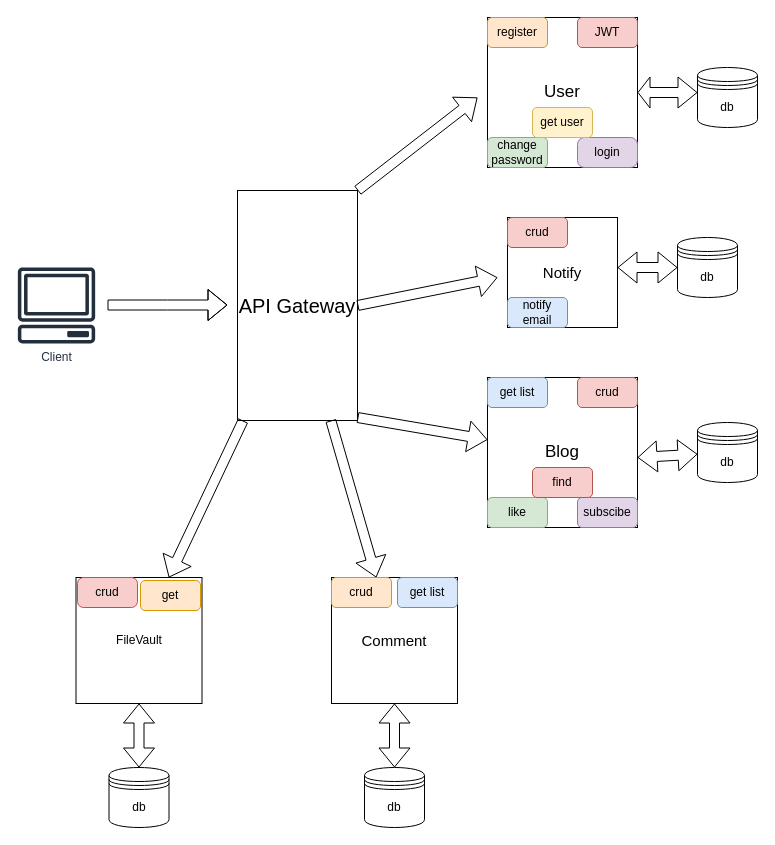
Earlier version of the draw.io diagram readme.drawio (htmlacademy-nestjs/2298777-readme-5). Source tidied: cells renumbered, new cells numbered last; positions are measured from the earlier drawing's top-left corner, leaving out a move shared by most shapes. Both pictures are drawn from the tidied source at 100%, with x=0, y=0 at pixel (17, 17).
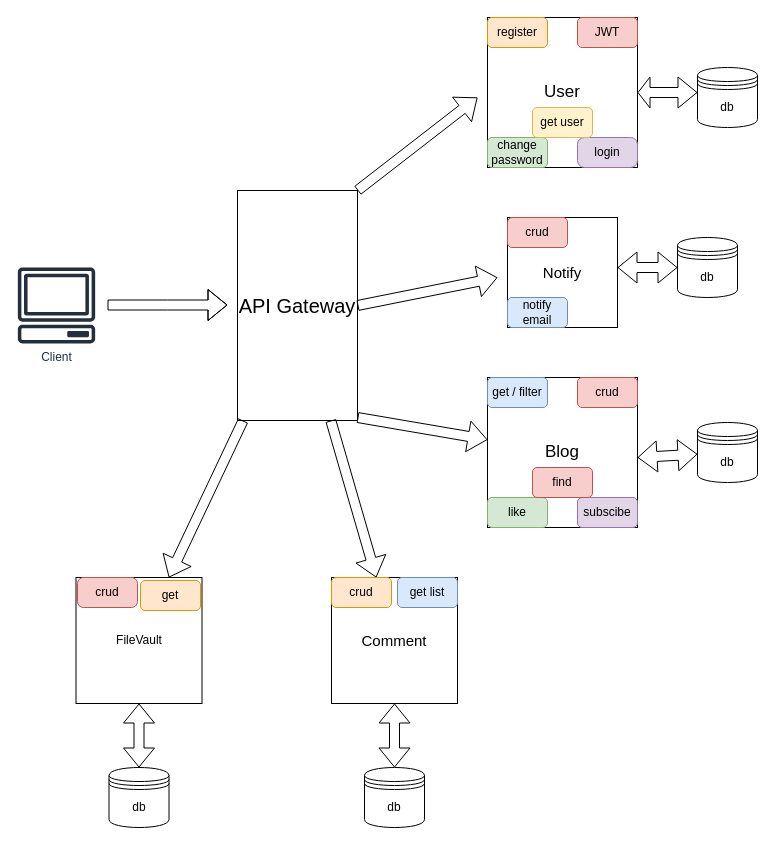
After the change.

What changed in the source:
```diff
@@
-    <mxCell id="20" value="get list" style="rounded=1;whiteSpace=wrap;html=1;fillColor=#dae8fc;strokeColor=#6c8ebf;" parent="1" vertex="1">
+    <mxCell id="20" value="get / filter" style="rounded=1;whiteSpace=wrap;html=1;fillColor=#dae8fc;strokeColor=#6c8ebf;" parent="1" vertex="1">
       <mxGeometry x="470" y="360" width="60" height="30" as="geometry" />
     </mxCell>
```
